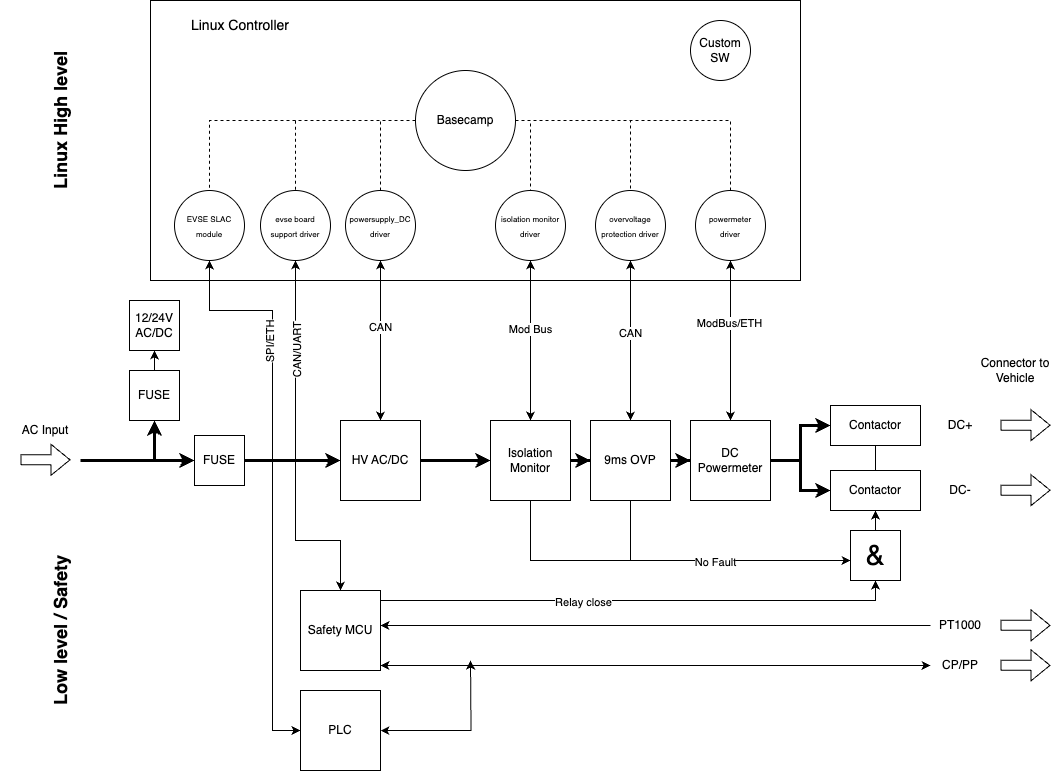
Above: docs/source/explanation/images/dc-architecture.png in EVerest/everest-core (draw.io), before the change. Source tidied: cells renumbered, new cells last; positions are measured from the earlier drawing's top-left corner, leaving out a move shared by most shapes. The source it was exported from:
```xml
<mxGraphModel>
  <root>
    <mxCell id="0" />
    <mxCell id="1" parent="0" />
    <mxCell id="2" style="rounded=0;whiteSpace=wrap;html=1;" parent="1" vertex="1">
      <mxGeometry x="170" width="650" height="280" as="geometry" />
    </mxCell>
    <mxCell id="3" style="edgeStyle=orthogonalEdgeStyle;rounded=0;jettySize=auto;html=1;endArrow=none;endFill=0;dashed=1;" parent="1" edge="1" source="9" target="60">
      <mxGeometry relative="1" as="geometry" />
    </mxCell>
    <mxCell id="4" style="edgeStyle=orthogonalEdgeStyle;rounded=0;jettySize=auto;html=1;endArrow=none;endFill=0;dashed=1;" parent="1" edge="1" source="9" target="65">
      <mxGeometry relative="1" as="geometry" />
    </mxCell>
    <mxCell id="5" style="edgeStyle=orthogonalEdgeStyle;rounded=0;jettySize=auto;html=1;entryX=0.5;entryY=0;entryDx=0;entryDy=0;exitX=0;exitY=0.5;exitDx=0;exitDy=0;endArrow=none;endFill=0;dashed=1;" parent="1" edge="1" source="9" target="31">
      <mxGeometry relative="1" as="geometry" />
    </mxCell>
    <mxCell id="6" style="edgeStyle=orthogonalEdgeStyle;rounded=0;jettySize=auto;html=1;entryX=0.5;entryY=0;entryDx=0;entryDy=0;exitX=1;exitY=0.5;exitDx=0;exitDy=0;endArrow=none;endFill=0;dashed=1;" parent="1" edge="1" source="9" target="51">
      <mxGeometry relative="1" as="geometry">
        <Array as="points">
          <mxPoint x="550" y="120" />
        </Array>
      </mxGeometry>
    </mxCell>
    <mxCell id="7" style="edgeStyle=orthogonalEdgeStyle;rounded=0;jettySize=auto;html=1;entryX=0.5;entryY=0;entryDx=0;entryDy=0;endArrow=none;endFill=0;dashed=1;" parent="1" edge="1" source="9" target="54">
      <mxGeometry relative="1" as="geometry" />
    </mxCell>
    <mxCell id="8" style="edgeStyle=orthogonalEdgeStyle;rounded=0;jettySize=auto;html=1;entryX=0.5;entryY=0;entryDx=0;entryDy=0;endArrow=none;endFill=0;dashed=1;" parent="1" edge="1" source="9" target="57">
      <mxGeometry relative="1" as="geometry" />
    </mxCell>
    <mxCell id="9" value="Basecamp" style="ellipse;whiteSpace=wrap;html=1;" parent="1" vertex="1">
      <mxGeometry x="435" y="70" width="100" height="100" as="geometry" />
    </mxCell>
    <mxCell id="10" value="Custom SW" style="ellipse;whiteSpace=wrap;html=1;" parent="1" vertex="1">
      <mxGeometry x="710" y="20" width="60" height="60" as="geometry" />
    </mxCell>
    <mxCell id="11" style="edgeStyle=orthogonalEdgeStyle;rounded=0;jettySize=auto;html=1;entryX=0.5;entryY=1;entryDx=0;entryDy=0;" parent="1" edge="1" source="15" target="48">
      <mxGeometry relative="1" as="geometry">
        <Array as="points">
          <mxPoint x="895" y="600" />
        </Array>
      </mxGeometry>
    </mxCell>
    <mxCell id="12" value="Relay close" style="edgeLabel;html=1;align=center;verticalAlign=middle;" parent="11" vertex="1">
      <mxGeometry x="-0.21" y="-1" relative="1" as="geometry" />
    </mxCell>
    <mxCell id="13" style="edgeStyle=orthogonalEdgeStyle;rounded=0;jettySize=auto;html=1;entryX=0;entryY=0.5;entryDx=0;entryDy=0;startArrow=classic;startFill=1;endArrow=none;endFill=0;" parent="1" edge="1" source="15" target="69">
      <mxGeometry relative="1" as="geometry">
        <Array as="points">
          <mxPoint x="540" y="625" />
          <mxPoint x="540" y="625" />
        </Array>
      </mxGeometry>
    </mxCell>
    <mxCell id="14" style="edgeStyle=orthogonalEdgeStyle;rounded=0;jettySize=auto;html=1;startArrow=classic;startFill=1;" parent="1" edge="1" source="15" target="18">
      <mxGeometry relative="1" as="geometry">
        <Array as="points">
          <mxPoint x="540" y="665" />
          <mxPoint x="540" y="665" />
        </Array>
      </mxGeometry>
    </mxCell>
    <mxCell id="15" value="Safety MCU" style="whiteSpace=wrap;html=1;" parent="1" vertex="1">
      <mxGeometry x="320" y="590" width="80" height="80" as="geometry" />
    </mxCell>
    <mxCell id="16" value="&lt;font style=&quot;font-size: 14px;&quot;&gt;Linux Controller&lt;/font&gt;" style="text;html=1;align=center;verticalAlign=middle;whiteSpace=wrap;rounded=0;" parent="1" vertex="1">
      <mxGeometry x="180" y="10" width="160" height="30" as="geometry" />
    </mxCell>
    <mxCell id="17" style="shape=flexArrow;endArrow=classic;html=1;rounded=0;" parent="1" edge="1">
      <mxGeometry relative="1" as="geometry">
        <mxPoint x="1020" y="664.9" as="sourcePoint" />
        <mxPoint x="1070" y="664.9" as="targetPoint" />
      </mxGeometry>
    </mxCell>
    <mxCell id="18" value="CP/PP" style="text;html=1;align=center;verticalAlign=middle;whiteSpace=wrap;rounded=0;" parent="1" vertex="1">
      <mxGeometry x="950" y="650" width="60" height="30" as="geometry" />
    </mxCell>
    <mxCell id="19" value="Connector to Vehicle" style="text;html=1;align=center;verticalAlign=middle;whiteSpace=wrap;rounded=0;" parent="1" vertex="1">
      <mxGeometry x="990" y="350" width="90" height="40" as="geometry" />
    </mxCell>
    <mxCell id="20" value="DC+" style="text;html=1;align=center;verticalAlign=middle;whiteSpace=wrap;rounded=0;" parent="1" vertex="1">
      <mxGeometry x="950" y="410" width="60" height="30" as="geometry" />
    </mxCell>
    <mxCell id="21" value="Contactor" style="rounded=0;whiteSpace=wrap;html=1;" parent="1" vertex="1">
      <mxGeometry x="850" y="405" width="90" height="40" as="geometry" />
    </mxCell>
    <mxCell id="22" style="edgeStyle=orthogonalEdgeStyle;rounded=0;jettySize=auto;html=1;entryX=0.5;entryY=1;entryDx=0;entryDy=0;endArrow=none;endFill=0;" parent="1" edge="1" source="23" target="21">
      <mxGeometry relative="1" as="geometry" />
    </mxCell>
    <mxCell id="23" value="Contactor" style="rounded=0;whiteSpace=wrap;html=1;" parent="1" vertex="1">
      <mxGeometry x="850" y="470" width="90" height="40" as="geometry" />
    </mxCell>
    <mxCell id="24" value="DC-" style="text;html=1;align=center;verticalAlign=middle;whiteSpace=wrap;rounded=0;" parent="1" vertex="1">
      <mxGeometry x="950" y="475" width="60" height="30" as="geometry" />
    </mxCell>
    <mxCell id="25" style="shape=flexArrow;endArrow=classic;html=1;rounded=0;" parent="1" edge="1">
      <mxGeometry relative="1" as="geometry">
        <mxPoint x="1020" y="424.7" as="sourcePoint" />
        <mxPoint x="1070" y="424.7" as="targetPoint" />
      </mxGeometry>
    </mxCell>
    <mxCell id="26" style="shape=flexArrow;endArrow=classic;html=1;rounded=0;" parent="1" edge="1">
      <mxGeometry relative="1" as="geometry">
        <mxPoint x="1020" y="489.7" as="sourcePoint" />
        <mxPoint x="1070" y="489.7" as="targetPoint" />
      </mxGeometry>
    </mxCell>
    <mxCell id="27" style="edgeStyle=orthogonalEdgeStyle;rounded=0;jettySize=auto;html=1;startArrow=classic;startFill=1;" parent="1" edge="1" source="30" target="31">
      <mxGeometry relative="1" as="geometry" />
    </mxCell>
    <mxCell id="28" value="CAN" style="edgeLabel;html=1;align=center;verticalAlign=middle;" parent="27" vertex="1">
      <mxGeometry x="0.16" y="1" relative="1" as="geometry" />
    </mxCell>
    <mxCell id="29" style="edgeStyle=orthogonalEdgeStyle;rounded=0;jettySize=auto;html=1;entryX=0;entryY=0.5;entryDx=0;entryDy=0;strokeWidth=3;" parent="1" edge="1" source="30" target="33">
      <mxGeometry relative="1" as="geometry" />
    </mxCell>
    <mxCell id="30" value="HV AC/DC" style="whiteSpace=wrap;html=1;" parent="1" vertex="1">
      <mxGeometry x="360" y="420" width="80" height="80" as="geometry" />
    </mxCell>
    <mxCell id="31" value="&lt;font style=&quot;font-size: 8px;&quot;&gt;powersupply_DC driver&lt;/font&gt;" style="ellipse;whiteSpace=wrap;html=1;" parent="1" vertex="1">
      <mxGeometry x="365" y="190" width="70" height="70" as="geometry" />
    </mxCell>
    <mxCell id="32" style="edgeStyle=orthogonalEdgeStyle;rounded=0;jettySize=auto;html=1;entryX=0;entryY=0.5;entryDx=0;entryDy=0;strokeWidth=3;" parent="1" edge="1" source="33" target="39">
      <mxGeometry relative="1" as="geometry" />
    </mxCell>
    <mxCell id="33" value="Isolation Monitor" style="whiteSpace=wrap;html=1;" parent="1" vertex="1">
      <mxGeometry x="510" y="420" width="80" height="80" as="geometry" />
    </mxCell>
    <mxCell id="34" style="edgeStyle=orthogonalEdgeStyle;rounded=0;jettySize=auto;html=1;strokeWidth=3;" parent="1" edge="1" source="36" target="21">
      <mxGeometry relative="1" as="geometry" />
    </mxCell>
    <mxCell id="35" style="edgeStyle=orthogonalEdgeStyle;rounded=0;jettySize=auto;html=1;entryX=0;entryY=0.5;entryDx=0;entryDy=0;strokeWidth=3;" parent="1" edge="1" source="36" target="23">
      <mxGeometry relative="1" as="geometry" />
    </mxCell>
    <mxCell id="36" value="DC&lt;div&gt;Powermeter&lt;/div&gt;" style="whiteSpace=wrap;html=1;" parent="1" vertex="1">
      <mxGeometry x="710" y="420" width="80" height="80" as="geometry" />
    </mxCell>
    <mxCell id="37" style="edgeStyle=orthogonalEdgeStyle;rounded=0;jettySize=auto;html=1;entryX=0;entryY=0.5;entryDx=0;entryDy=0;strokeWidth=3;" parent="1" edge="1" source="39" target="36">
      <mxGeometry relative="1" as="geometry" />
    </mxCell>
    <mxCell id="38" style="edgeStyle=orthogonalEdgeStyle;rounded=0;jettySize=auto;html=1;endArrow=none;endFill=0;" parent="1" edge="1" source="39">
      <mxGeometry relative="1" as="geometry">
        <mxPoint x="650" y="550" as="targetPoint" />
      </mxGeometry>
    </mxCell>
    <mxCell id="39" value="9ms OVP" style="whiteSpace=wrap;html=1;" parent="1" vertex="1">
      <mxGeometry x="610" y="420" width="80" height="80" as="geometry" />
    </mxCell>
    <mxCell id="40" style="edgeStyle=orthogonalEdgeStyle;rounded=0;jettySize=auto;html=1;startArrow=classic;startFill=1;endArrow=none;endFill=0;strokeWidth=3;" parent="1" edge="1" source="42">
      <mxGeometry relative="1" as="geometry">
        <mxPoint x="174" y="460" as="targetPoint" />
      </mxGeometry>
    </mxCell>
    <mxCell id="41" style="edgeStyle=orthogonalEdgeStyle;rounded=0;jettySize=auto;html=1;entryX=0.5;entryY=1;entryDx=0;entryDy=0;" parent="1" edge="1" source="42" target="43">
      <mxGeometry relative="1" as="geometry" />
    </mxCell>
    <mxCell id="42" value="FUSE" style="whiteSpace=wrap;html=1;" parent="1" vertex="1">
      <mxGeometry x="149" y="370" width="50" height="50" as="geometry" />
    </mxCell>
    <mxCell id="43" value="12/24V AC/DC" style="whiteSpace=wrap;html=1;" parent="1" vertex="1">
      <mxGeometry x="149" y="300" width="50" height="50" as="geometry" />
    </mxCell>
    <mxCell id="44" style="edgeStyle=orthogonalEdgeStyle;rounded=0;jettySize=auto;html=1;entryX=0;entryY=0.5;entryDx=0;entryDy=0;strokeWidth=3;" parent="1" edge="1" source="45" target="30">
      <mxGeometry relative="1" as="geometry" />
    </mxCell>
    <mxCell id="45" value="FUSE" style="whiteSpace=wrap;html=1;" parent="1" vertex="1">
      <mxGeometry x="214" y="435" width="50" height="50" as="geometry" />
    </mxCell>
    <mxCell id="46" style="endArrow=classic;html=1;rounded=0;entryX=0;entryY=0.5;entryDx=0;entryDy=0;strokeWidth=3;" parent="1" edge="1" target="45">
      <mxGeometry relative="1" as="geometry">
        <mxPoint x="100" y="460" as="sourcePoint" />
      </mxGeometry>
    </mxCell>
    <mxCell id="47" style="edgeStyle=orthogonalEdgeStyle;rounded=0;jettySize=auto;html=1;entryX=0.5;entryY=1;entryDx=0;entryDy=0;" parent="1" edge="1" source="48" target="23">
      <mxGeometry relative="1" as="geometry" />
    </mxCell>
    <mxCell id="48" value="&lt;font style=&quot;font-size: 28px;&quot;&gt;&amp;amp;&lt;/font&gt;" style="whiteSpace=wrap;html=1;" parent="1" vertex="1">
      <mxGeometry x="870" y="530" width="50" height="50" as="geometry" />
    </mxCell>
    <mxCell id="49" style="edgeStyle=orthogonalEdgeStyle;rounded=0;jettySize=auto;html=1;startArrow=classic;startFill=1;" parent="1" edge="1" source="51" target="33">
      <mxGeometry relative="1" as="geometry" />
    </mxCell>
    <mxCell id="50" value="Mod Bus" style="edgeLabel;html=1;align=center;verticalAlign=middle;" parent="49" vertex="1">
      <mxGeometry x="-0.14" y="-1" relative="1" as="geometry" />
    </mxCell>
    <mxCell id="51" value="&lt;font style=&quot;font-size: 8px;&quot;&gt;isolation monitor driver&lt;/font&gt;" style="ellipse;whiteSpace=wrap;html=1;" parent="1" vertex="1">
      <mxGeometry x="515" y="190" width="70" height="70" as="geometry" />
    </mxCell>
    <mxCell id="52" style="edgeStyle=orthogonalEdgeStyle;rounded=0;jettySize=auto;html=1;entryX=0.5;entryY=0;entryDx=0;entryDy=0;startArrow=classic;startFill=1;" parent="1" edge="1" source="54" target="39">
      <mxGeometry relative="1" as="geometry" />
    </mxCell>
    <mxCell id="53" value="CAN" style="edgeLabel;html=1;align=center;verticalAlign=middle;" parent="52" vertex="1">
      <mxGeometry x="-0.1" y="-1" relative="1" as="geometry" />
    </mxCell>
    <mxCell id="54" value="&lt;font style=&quot;font-size: 8px;&quot;&gt;overvoltage&lt;/font&gt;&lt;div&gt;&lt;font style=&quot;font-size: 8px;&quot;&gt;protection driver&lt;/font&gt;&lt;/div&gt;" style="ellipse;whiteSpace=wrap;html=1;" parent="1" vertex="1">
      <mxGeometry x="615" y="190" width="70" height="70" as="geometry" />
    </mxCell>
    <mxCell id="55" style="edgeStyle=orthogonalEdgeStyle;rounded=0;jettySize=auto;html=1;startArrow=classic;startFill=1;" parent="1" edge="1" source="57" target="36">
      <mxGeometry relative="1" as="geometry" />
    </mxCell>
    <mxCell id="56" value="ModBus/ETH" style="edgeLabel;html=1;align=center;verticalAlign=middle;" parent="55" vertex="1">
      <mxGeometry x="-0.21" y="-2" relative="1" as="geometry" />
    </mxCell>
    <mxCell id="57" value="&lt;font style=&quot;font-size: 8px;&quot;&gt;powermeter&lt;/font&gt;&lt;div&gt;&lt;font style=&quot;font-size: 8px;&quot;&gt;driver&lt;/font&gt;&lt;/div&gt;" style="ellipse;whiteSpace=wrap;html=1;" parent="1" vertex="1">
      <mxGeometry x="715" y="190" width="70" height="70" as="geometry" />
    </mxCell>
    <mxCell id="58" style="edgeStyle=orthogonalEdgeStyle;rounded=0;jettySize=auto;html=1;entryX=0;entryY=0.5;entryDx=0;entryDy=0;startArrow=classic;startFill=1;" parent="1" edge="1" source="60" target="62">
      <mxGeometry relative="1" as="geometry">
        <Array as="points">
          <mxPoint x="229" y="310" />
          <mxPoint x="292" y="310" />
          <mxPoint x="292" y="730" />
        </Array>
      </mxGeometry>
    </mxCell>
    <mxCell id="59" value="SPI/ETH" style="edgeLabel;html=1;align=center;verticalAlign=middle;rotation=-90;" parent="58" vertex="1">
      <mxGeometry x="-0.48" y="-3" relative="1" as="geometry" />
    </mxCell>
    <mxCell id="60" value="&lt;font style=&quot;font-size: 8px;&quot;&gt;EVSE SLAC module&lt;/font&gt;" style="ellipse;whiteSpace=wrap;html=1;" parent="1" vertex="1">
      <mxGeometry x="194" y="190" width="70" height="70" as="geometry" />
    </mxCell>
    <mxCell id="61" style="edgeStyle=orthogonalEdgeStyle;rounded=0;jettySize=auto;html=1;startArrow=classic;startFill=1;" parent="1" edge="1" source="62">
      <mxGeometry relative="1" as="geometry">
        <mxPoint x="490" y="660" as="targetPoint" />
      </mxGeometry>
    </mxCell>
    <mxCell id="62" value="PLC" style="whiteSpace=wrap;html=1;" parent="1" vertex="1">
      <mxGeometry x="320" y="690" width="80" height="80" as="geometry" />
    </mxCell>
    <mxCell id="63" style="edgeStyle=orthogonalEdgeStyle;rounded=0;jettySize=auto;html=1;entryX=0.5;entryY=0;entryDx=0;entryDy=0;startArrow=classic;startFill=1;" parent="1" edge="1" source="65" target="15">
      <mxGeometry relative="1" as="geometry">
        <Array as="points">
          <mxPoint x="315" y="540" />
          <mxPoint x="360" y="540" />
        </Array>
      </mxGeometry>
    </mxCell>
    <mxCell id="64" value="CAN/UART" style="edgeLabel;html=1;align=center;verticalAlign=middle;rotation=-90;" parent="63" vertex="1">
      <mxGeometry x="-0.52" y="1" relative="1" as="geometry" />
    </mxCell>
    <mxCell id="65" value="&lt;font style=&quot;font-size: 8px;&quot;&gt;evse board support driver&lt;/font&gt;" style="ellipse;whiteSpace=wrap;html=1;" parent="1" vertex="1">
      <mxGeometry x="280" y="190" width="70" height="70" as="geometry" />
    </mxCell>
    <mxCell id="66" value="AC Input" style="text;html=1;align=center;verticalAlign=middle;whiteSpace=wrap;rounded=0;" parent="1" vertex="1">
      <mxGeometry x="20" y="410" width="90" height="40" as="geometry" />
    </mxCell>
    <mxCell id="67" style="shape=flexArrow;endArrow=classic;html=1;rounded=0;" parent="1" edge="1">
      <mxGeometry relative="1" as="geometry">
        <mxPoint x="40" y="459.3" as="sourcePoint" />
        <mxPoint x="90" y="459.3" as="targetPoint" />
      </mxGeometry>
    </mxCell>
    <mxCell id="68" style="shape=flexArrow;endArrow=classic;html=1;rounded=0;" parent="1" edge="1">
      <mxGeometry relative="1" as="geometry">
        <mxPoint x="1020" y="624.9" as="sourcePoint" />
        <mxPoint x="1070" y="624.9" as="targetPoint" />
      </mxGeometry>
    </mxCell>
    <mxCell id="69" value="PT1000" style="text;html=1;align=center;verticalAlign=middle;whiteSpace=wrap;rounded=0;" parent="1" vertex="1">
      <mxGeometry x="950" y="610" width="60" height="30" as="geometry" />
    </mxCell>
    <mxCell id="70" style="edgeStyle=orthogonalEdgeStyle;rounded=0;jettySize=auto;html=1;endArrow=none;endFill=0;" parent="1" edge="1" source="39">
      <mxGeometry relative="1" as="geometry">
        <mxPoint x="650" y="560" as="targetPoint" />
      </mxGeometry>
    </mxCell>
    <mxCell id="71" style="edgeStyle=orthogonalEdgeStyle;rounded=0;jettySize=auto;html=1;entryX=0;entryY=0.6;entryDx=0;entryDy=0;entryPerimeter=0;" parent="1" edge="1" source="33" target="48">
      <mxGeometry relative="1" as="geometry">
        <Array as="points">
          <mxPoint x="550" y="560" />
        </Array>
      </mxGeometry>
    </mxCell>
    <mxCell id="72" value="No Fault" style="edgeLabel;html=1;align=center;verticalAlign=middle;" parent="71" vertex="1">
      <mxGeometry x="0.28" y="-1" relative="1" as="geometry" />
    </mxCell>
    <mxCell id="73" value="&lt;font style=&quot;font-size: 18px;&quot;&gt;&lt;b style=&quot;&quot;&gt;Linux High level&lt;/b&gt;&lt;/font&gt;" style="text;html=1;align=center;verticalAlign=middle;whiteSpace=wrap;rounded=0;rotation=-90;" parent="1" vertex="1">
      <mxGeometry y="105" width="160" height="30" as="geometry" />
    </mxCell>
    <mxCell id="74" value="&lt;font style=&quot;font-size: 18px;&quot;&gt;&lt;b style=&quot;&quot;&gt;Low level / S&lt;/b&gt;&lt;/font&gt;&lt;b style=&quot;font-size: 18px; background-color: initial;&quot;&gt;afety&lt;/b&gt;" style="text;html=1;align=center;verticalAlign=middle;whiteSpace=wrap;rounded=0;rotation=-90;" parent="1" vertex="1">
      <mxGeometry y="615" width="160" height="30" as="geometry" />
    </mxCell>
  </root>
</mxGraphModel>
```
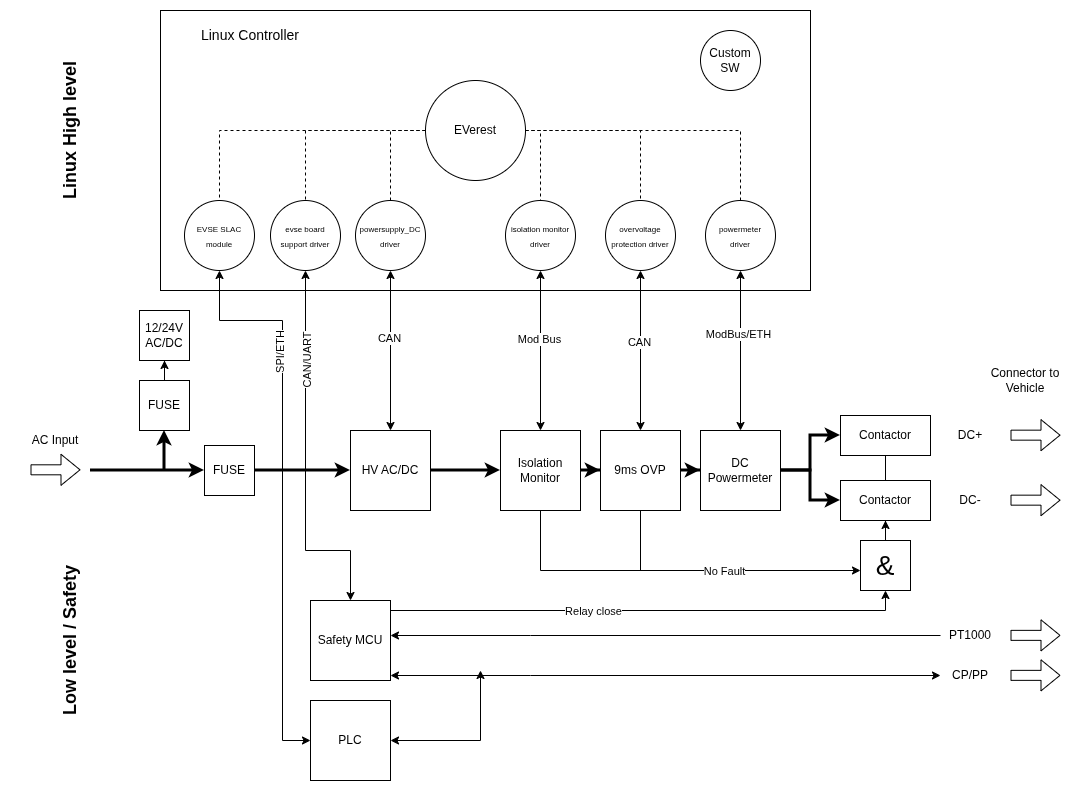
The same file after the commit.

What changed in the source:
```diff
@@ -27,7 +27,7 @@
     <mxCell id="8" style="edgeStyle=orthogonalEdgeStyle;rounded=0;jettySize=auto;html=1;entryX=0.5;entryY=0;entryDx=0;entryDy=0;endArrow=none;endFill=0;dashed=1;" parent="1" edge="1" source="9" target="57">
       <mxGeometry relative="1" as="geometry" />
     </mxCell>
-    <mxCell id="9" value="Basecamp" style="ellipse;whiteSpace=wrap;html=1;" parent="1" vertex="1">
+    <mxCell id="9" value="EVerest" style="ellipse;whiteSpace=wrap;html=1;" parent="1" vertex="1">
       <mxGeometry x="435" y="70" width="100" height="100" as="geometry" />
     </mxCell>
     <mxCell id="10" value="Custom SW" style="ellipse;whiteSpace=wrap;html=1;" parent="1" vertex="1">
```
